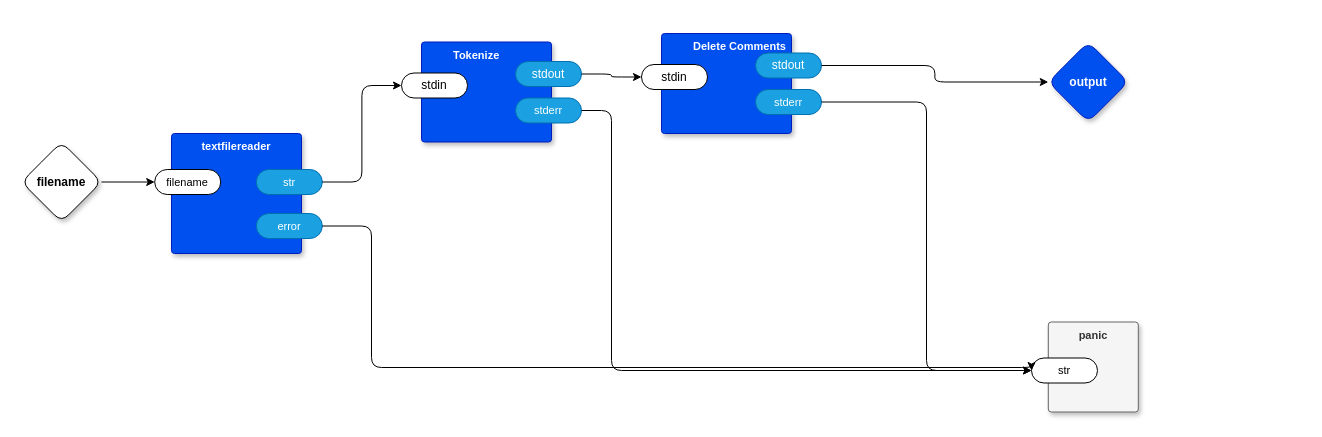
This is page "main" (1 of 7) of syntax-mapper/syntaxmapper.drawio from guitarvydas/0dv2, a draw.io file, before an edit. Source tidied: cells renumbered, new cells numbered last; positions are measured from the earlier drawing's top-left corner, leaving out a move shared by most shapes. Both pictures are drawn from the tidied source at 100%, with x=0, y=0 at pixel (21, 33).
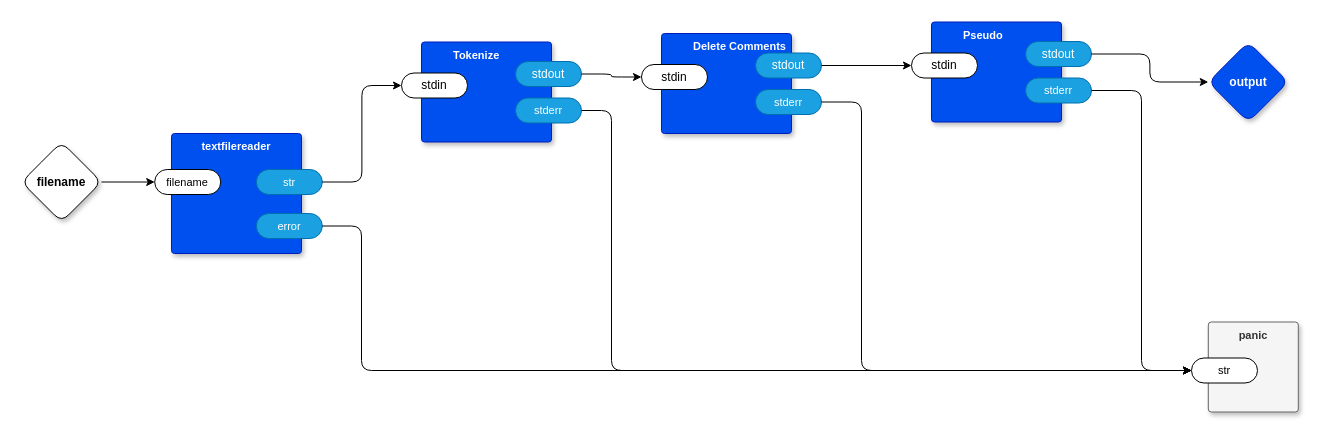
The same diagram, later.

Commit message (it also covers changes not shown here):
begin Pseudo

Unchanged cells that the change refers to:
```xml
<mxCell id="8" value="error" style="rounded=1;whiteSpace=wrap;html=1;sketch=0;points=[[0,0.5,0,0,0],[1,0.5,0,0,0]];fillColor=#1ba1e2;fontColor=#ffffff;strokeColor=#006EAF;arcSize=50;fontFamily=Helvetica;fontSize=11;" parent="5" vertex="1">
  <mxGeometry x="84.8" y="80" width="66" height="25" as="geometry" />
</mxCell>
<mxCell id="10" value="str" style="rounded=1;whiteSpace=wrap;html=1;sketch=0;points=[[0,0.5,0,0,0],[1,0.5,0,0,0]];arcSize=50;fontFamily=Helvetica;fontSize=11;fontColor=default;" parent="9" vertex="1">
  <mxGeometry x="-16.8" y="36" width="66" height="25" as="geometry" />
</mxCell>
<mxCell id="20" value="stderr" style="rounded=1;whiteSpace=wrap;html=1;sketch=0;points=[[0,0.5,0,0,0],[1,0.5,0,0,0]];fillColor=#1ba1e2;fontColor=#ffffff;strokeColor=#006EAF;arcSize=50;fontFamily=Helvetica;fontSize=11;" parent="18" vertex="1">
  <mxGeometry x="94" y="56" width="66" height="25" as="geometry" />
</mxCell>
<mxCell id="21" value="stdout" style="rounded=1;whiteSpace=wrap;html=1;sketch=0;points=[[0,0.5,0,0,0],[1,0.5,0,0,0]];fillColor=#1ba1e2;fontColor=#ffffff;strokeColor=#006EAF;arcSize=50;" parent="18" vertex="1">
  <mxGeometry x="94" y="19.5" width="66" height="25" as="geometry" />
</mxCell>
```

The edit, as a diff of the source:
```diff
@@
     <mxCell id="4" value="output" style="rhombus;whiteSpace=wrap;html=1;rounded=1;fillColor=#0050ef;fontColor=#ffffff;strokeColor=#001DBC;fontStyle=1;glass=0;sketch=0;fontSize=12;points=[[0,0.5,0,0,0],[0.5,0,0,0,0],[0.5,1,0,0,0],[1,0.5,0,0,0]];shadow=1;" parent="1" vertex="1">
-      <mxGeometry x="1026.8" y="8.5" width="80" height="80" as="geometry" />
+      <mxGeometry x="1186.8" y="8.5" width="80" height="80" as="geometry" />
     </mxCell>
@@
     <mxCell id="9" value="panic" style="rounded=1;whiteSpace=wrap;html=1;sketch=0;verticalAlign=top;arcSize=6;fontStyle=1;absoluteArcSize=1;shadow=1;strokeColor=#666666;fillColor=#f5f5f5;fontFamily=Helvetica;fontSize=11;fontColor=#333333;" parent="1" vertex="1">
-      <mxGeometry x="1026.8" y="288.5" width="90" height="90" as="geometry" />
+      <mxGeometry x="1186.8" y="288.5" width="90" height="90" as="geometry" />
     </mxCell>
@@
-    <mxCell id="11" style="edgeStyle=orthogonalEdgeStyle;rounded=1;jettySize=auto;html=1;entryX=0;entryY=0.5;entryDx=0;entryDy=0;entryPerimeter=0;" parent="1" edge="1" source="8" target="10">
-      <mxGeometry relative="1" as="geometry">
-        <Array as="points">
-          <mxPoint x="350" y="193" />
-          <mxPoint x="350" y="334" />
-        </Array>
-      </mxGeometry>
-    </mxCell>
@@
-    <mxCell id="23" style="edgeStyle=orthogonalEdgeStyle;shape=connector;rounded=1;jettySize=auto;html=1;exitX=1;exitY=0.5;exitDx=0;exitDy=0;exitPerimeter=0;labelBackgroundColor=default;strokeColor=default;fontFamily=Helvetica;fontSize=11;fontColor=default;endArrow=classic;" parent="1" edge="1" source="21" target="4">
-      <mxGeometry relative="1" as="geometry" />
-    </mxCell>
     <mxCell id="24" style="edgeStyle=orthogonalEdgeStyle;shape=connector;rounded=1;jettySize=auto;html=1;exitX=1;exitY=0.5;exitDx=0;exitDy=0;exitPerimeter=0;entryX=0;entryY=0.5;entryDx=0;entryDy=0;entryPerimeter=0;labelBackgroundColor=default;strokeColor=default;fontFamily=Helvetica;fontSize=11;fontColor=default;endArrow=classic;" parent="1" edge="1" source="20" target="10">
-      <mxGeometry relative="1" as="geometry" />
+      <mxGeometry relative="1" as="geometry">
+        <Array as="points">
+          <mxPoint x="840" y="69" />
+          <mxPoint x="840" y="337" />
+        </Array>
+      </mxGeometry>
     </mxCell>
+    <mxCell id="11" style="edgeStyle=orthogonalEdgeStyle;shape=connector;rounded=1;jettySize=auto;html=1;exitX=1;exitY=0.5;exitDx=0;exitDy=0;exitPerimeter=0;entryX=0;entryY=0.5;entryDx=0;entryDy=0;entryPerimeter=0;labelBackgroundColor=default;strokeColor=default;fontFamily=Helvetica;fontSize=11;fontColor=default;endArrow=classic;" parent="1" edge="1" source="8" target="10">
+      <mxGeometry relative="1" as="geometry">
+        <Array as="points">
+          <mxPoint x="340" y="193" />
+          <mxPoint x="340" y="337" />
+        </Array>
+      </mxGeometry>
+    </mxCell>
+    <mxCell id="25" value="&lt;div&gt;Pseudo&lt;/div&gt;" style="rounded=1;sketch=0;verticalAlign=top;arcSize=6;fontStyle=1;absoluteArcSize=1;shadow=1;strokeColor=#001DBC;fillColor=#0050ef;fontColor=#ffffff;fontFamily=Helvetica;fontSize=11;html=1;whiteSpace=wrap;align=left;spacingLeft=30;" parent="1" vertex="1">
+      <mxGeometry x="910" y="-11.5" width="130" height="100" as="geometry" />
+    </mxCell>
+    <mxCell id="26" value="stdin" style="rounded=1;whiteSpace=wrap;html=1;sketch=0;points=[[0,0.5,0,0,0],[1,0.5,0,0,0]];arcSize=50;" parent="25" vertex="1">
+      <mxGeometry x="-20" y="31" width="66" height="25" as="geometry" />
+    </mxCell>
+    <mxCell id="27" value="stderr" style="rounded=1;whiteSpace=wrap;html=1;sketch=0;points=[[0,0.5,0,0,0],[1,0.5,0,0,0]];fillColor=#1ba1e2;fontColor=#ffffff;strokeColor=#006EAF;arcSize=50;fontFamily=Helvetica;fontSize=11;" parent="25" vertex="1">
+      <mxGeometry x="94" y="56" width="66" height="25" as="geometry" />
+    </mxCell>
+    <mxCell id="28" value="stdout" style="rounded=1;whiteSpace=wrap;html=1;sketch=0;points=[[0,0.5,0,0,0],[1,0.5,0,0,0]];fillColor=#1ba1e2;fontColor=#ffffff;strokeColor=#006EAF;arcSize=50;" parent="25" vertex="1">
+      <mxGeometry x="94" y="19.5" width="66" height="25" as="geometry" />
+    </mxCell>
+    <mxCell id="29" style="edgeStyle=orthogonalEdgeStyle;shape=connector;rounded=1;jettySize=auto;html=1;exitX=1;exitY=0.5;exitDx=0;exitDy=0;exitPerimeter=0;entryX=0;entryY=0.5;entryDx=0;entryDy=0;entryPerimeter=0;labelBackgroundColor=default;strokeColor=default;fontFamily=Helvetica;fontSize=11;fontColor=default;endArrow=classic;" parent="1" edge="1" source="21" target="26">
+      <mxGeometry relative="1" as="geometry" />
+    </mxCell>
+    <mxCell id="30" style="edgeStyle=orthogonalEdgeStyle;shape=connector;rounded=1;jettySize=auto;html=1;exitX=1;exitY=0.5;exitDx=0;exitDy=0;exitPerimeter=0;entryX=0;entryY=0.5;entryDx=0;entryDy=0;entryPerimeter=0;labelBackgroundColor=default;strokeColor=default;fontFamily=Helvetica;fontSize=11;fontColor=default;endArrow=classic;" parent="1" edge="1" source="28" target="4">
+      <mxGeometry relative="1" as="geometry" />
+    </mxCell>
+    <mxCell id="31" style="edgeStyle=orthogonalEdgeStyle;shape=connector;rounded=1;jettySize=auto;html=1;exitX=1;exitY=0.5;exitDx=0;exitDy=0;exitPerimeter=0;entryX=0;entryY=0.5;entryDx=0;entryDy=0;entryPerimeter=0;labelBackgroundColor=default;strokeColor=default;fontFamily=Helvetica;fontSize=11;fontColor=default;endArrow=classic;" parent="1" edge="1" source="27" target="10">
+      <mxGeometry relative="1" as="geometry" />
+    </mxCell>
```
